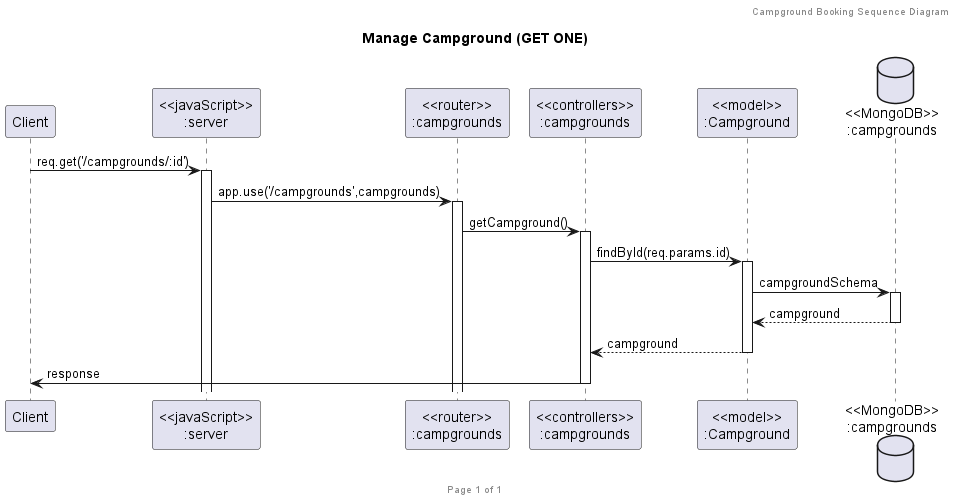
The PlantUML diagram presentation/Sequence_Diagram/Campgrounds/Manage Campground (GET ONE).png in 2110503TACEDT66/presentation-day-1-i-am-the-bone-of-my-sources, before a commit.
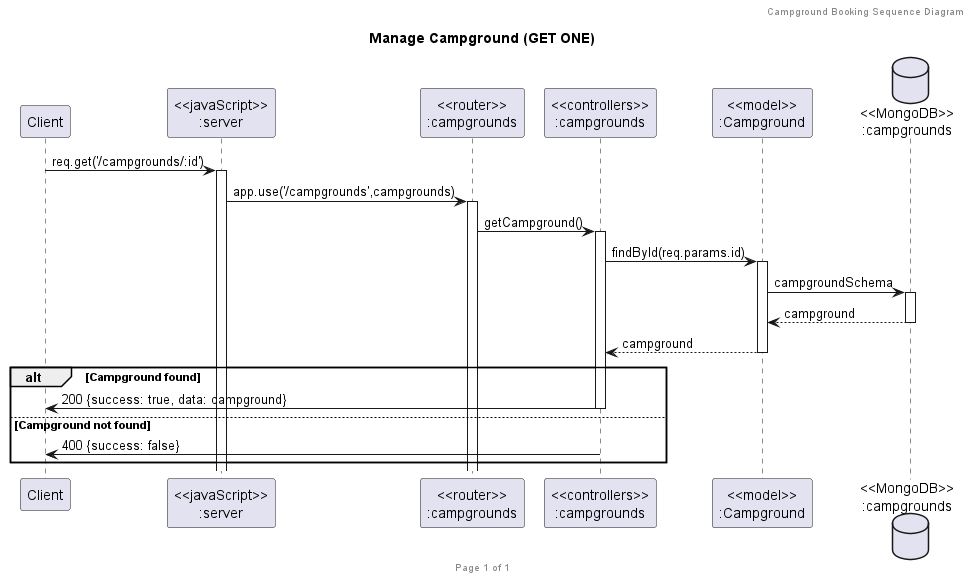
Later version of the same file.

Commit message:
Alt response of campground sequence diagram

Change to the diagram source:
```diff
@@ -18,6 +18,10 @@
 modelCampground ->CampgroundsDatabase ++: campgroundSchema
 CampgroundsDatabase --> modelCampground --: campground
 controllersCampgrounds <-- modelCampground --:campground
-controllersCampgrounds->client --:response
+alt Campground found
+    controllersCampgrounds->client --:200 {success: true, data: campground}
+else Campground not found
+    controllersCampgrounds->client --:400 {success: false}
+end
 
 @enduml
```
